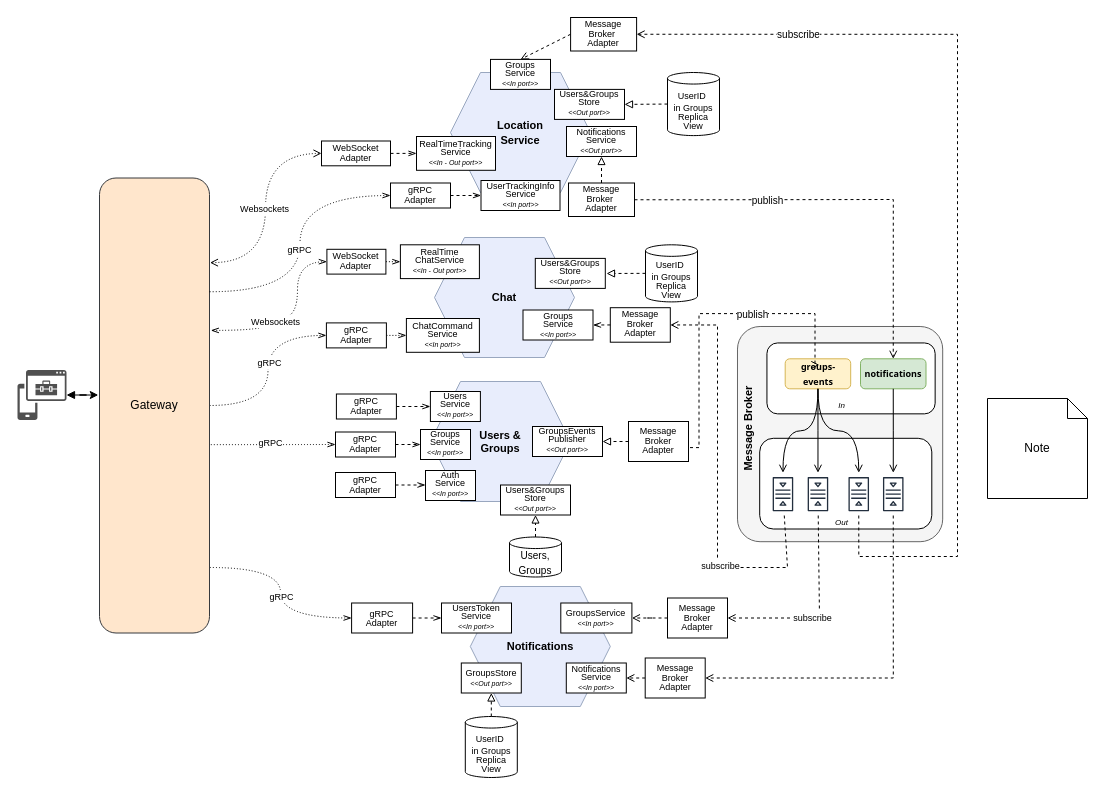
Earlier version of the draw.io diagram page "NEW ARCHITECTURE" (1 of 7) of content/schemas/architecture.drawio (position-pal/Documentation). Source tidied: cells renumbered, new cells numbered last; positions are measured from the earlier drawing's top-left corner, leaving out a move shared by most shapes. Both pictures are drawn from the tidied source at 100%, with x=0, y=0 at pixel (17, 17).
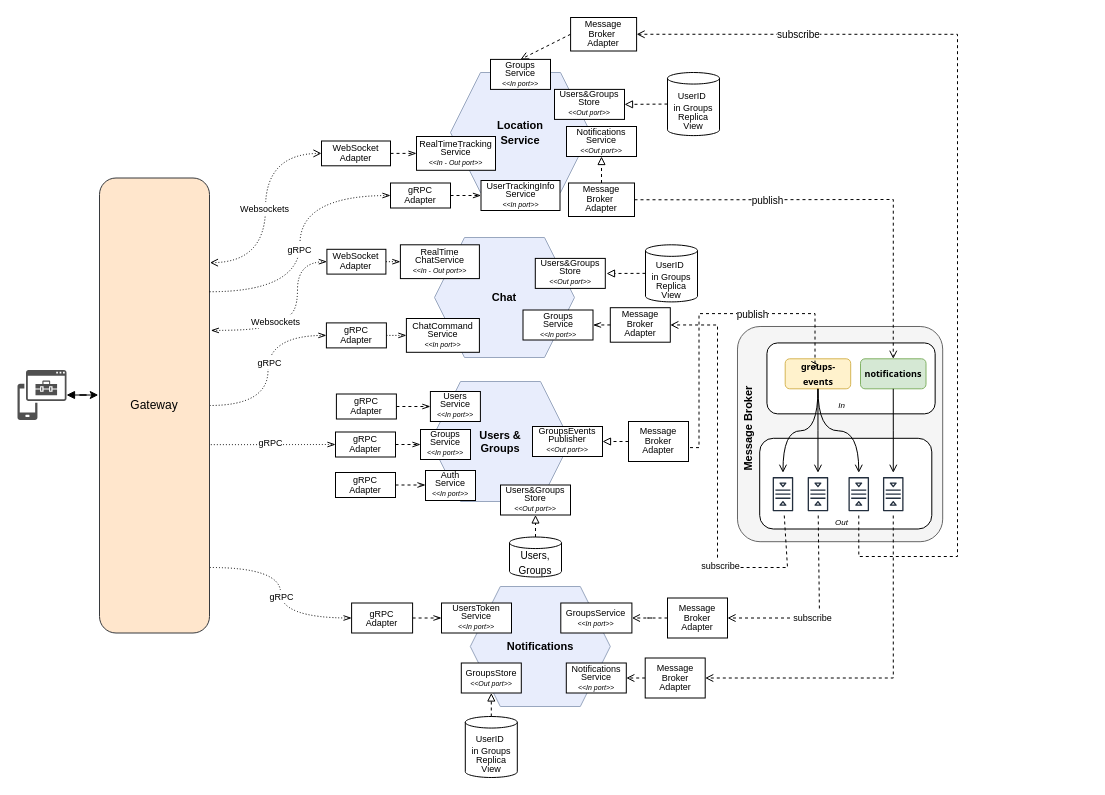
The same diagram, later.

Change to the diagram source:
```diff
@@
-    <mxCell id="106" value="Note" style="shape=note;size=20;whiteSpace=wrap;html=1;" parent="1" vertex="1">
-      <mxGeometry x="970" y="381" width="100" height="100" as="geometry" />
-    </mxCell>
```
